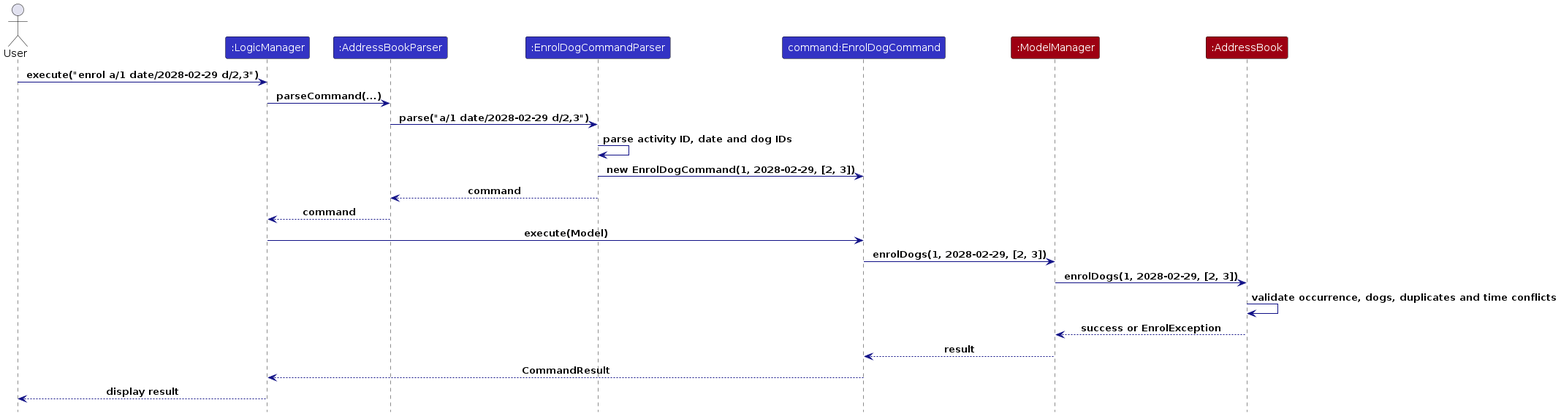
Before: diagrams/EnrolDogSequenceDiagram.png, a diagram exported from PlantUML (AY2627S1-CS2103T-T15-4/tp). Its source is kept beside it as diagrams/EnrolDogSequenceDiagram.puml.
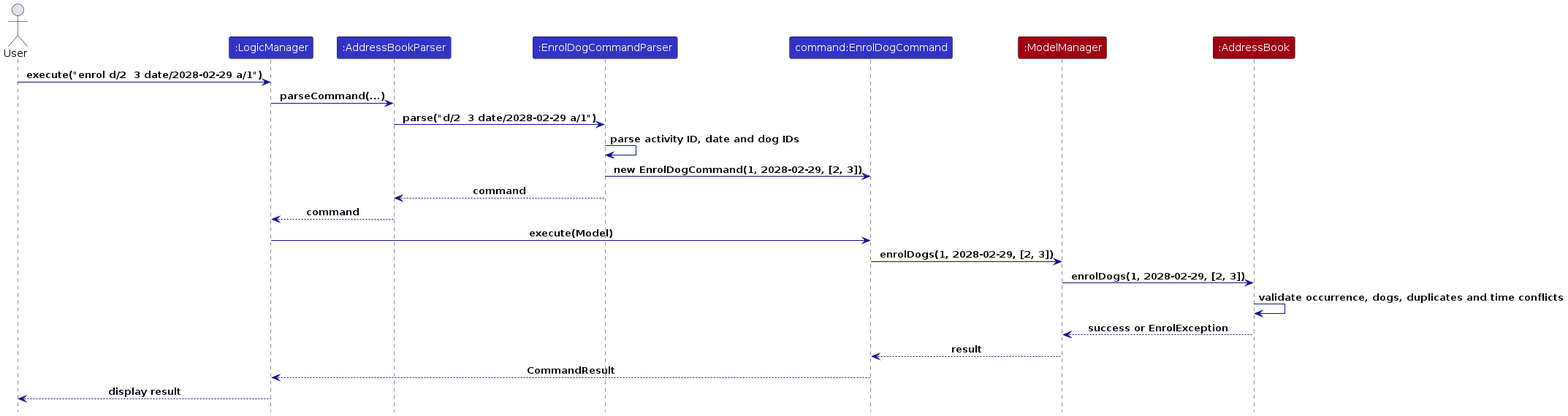
Above is the later version.

Diff of the diagram source:
```diff
@@ -10,9 +10,9 @@
 participant ":ModelManager" as Model MODEL_COLOR
 participant ":AddressBook" as Book MODEL_COLOR
 
-User -> Logic : execute("enrol a/1 date/2028-02-29 d/2,3")
+User -> Logic : execute("enrol d/2  3 date/2028-02-29 a/1")
 Logic -> Router : parseCommand(...)
-Router -> Parser : parse("a/1 date/2028-02-29 d/2,3")
+Router -> Parser : parse("d/2  3 date/2028-02-29 a/1")
 Parser -> Parser : parse activity ID, date and dog IDs
 Parser -> Command : new EnrolDogCommand(1, 2028-02-29, [2, 3])
 Parser --> Router : command
```
